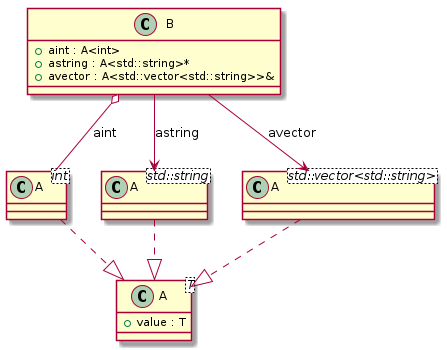
Before: docs/test_cases/t00009_class.png, a diagram exported from PlantUML (bkryza/clang-uml).
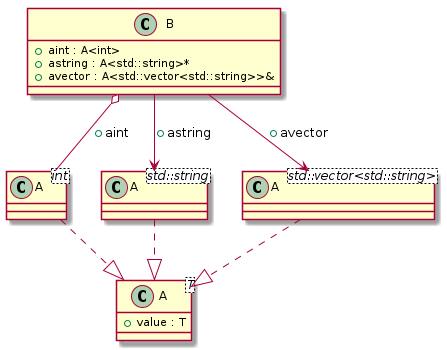
The same file after the commit.

Diff of the diagram source:
```diff
@@ -30,8 +30,8 @@
 +astring : A<std::string>*
 +avector : A<std::vector<std::string>>&
 }
-C_0000000103 o-- C_0000000104 : aint
-C_0000000103 --> C_0000000105 : astring
-C_0000000103 --> C_0000000106 : avector
+C_0000000103 o-- C_0000000104 : +aint
+C_0000000103 --> C_0000000105 : +astring
+C_0000000103 --> C_0000000106 : +avector
 
 @enduml
```
